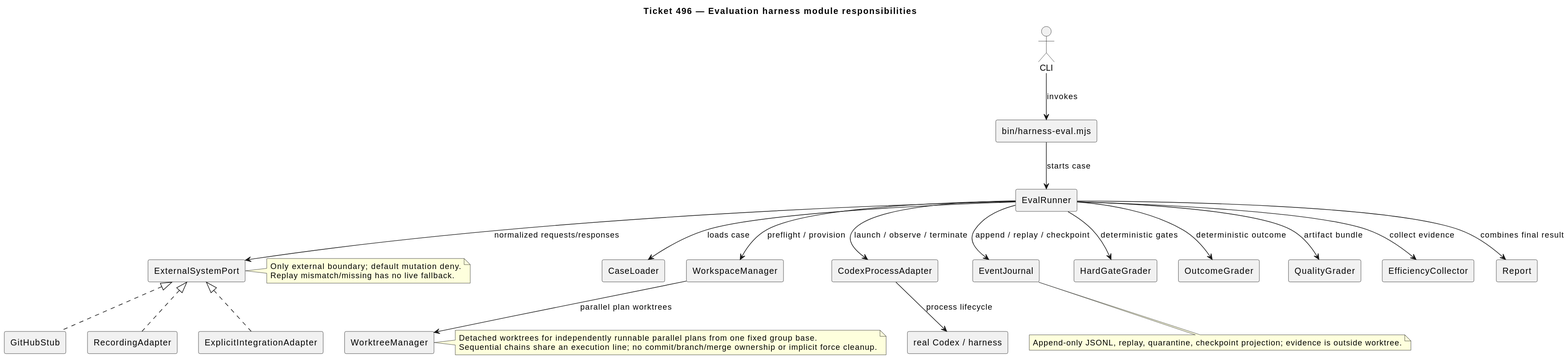
omegafrog/harness-codex keeps this PlantUML diagram as docs/specs/496/diagrams/architecture/eval.class.svg. Above is the earlier version. Its diagram source:
```plantuml
@startuml
title Ticket 496 — Evaluation harness module responsibilities
skinparam componentStyle rectangle
skinparam classAttributeIconSize 0
actor CLI
component "bin/harness-eval.mjs" as EvalCLI
component EvalRunner
component CaseLoader
component WorkspaceManager
component WorktreeManager
component CodexProcessAdapter
component ExternalSystemPort
component GitHubStub
component RecordingAdapter
component ExplicitIntegrationAdapter
component EventJournal
component HardGateGrader
component OutcomeGrader
component QualityGrader
component EfficiencyCollector
component Report
component "real Codex / harness" as RealHarness
CLI --> EvalCLI : invokes
EvalCLI --> EvalRunner : starts case
EvalRunner --> CaseLoader : loads case
EvalRunner --> WorkspaceManager : preflight / provision
WorkspaceManager --> WorktreeManager : parallel plan worktrees
EvalRunner --> CodexProcessAdapter : launch / observe / terminate
CodexProcessAdapter --> RealHarness : process lifecycle
EvalRunner --> ExternalSystemPort : normalized requests/responses
ExternalSystemPort <|.. GitHubStub
ExternalSystemPort <|.. RecordingAdapter
ExternalSystemPort <|.. ExplicitIntegrationAdapter
EvalRunner --> EventJournal : append / replay / checkpoint
EvalRunner --> HardGateGrader : deterministic gates
EvalRunner --> OutcomeGrader : deterministic outcome
EvalRunner --> QualityGrader : artifact bundle
EvalRunner --> EfficiencyCollector : collect evidence
EvalRunner --> Report : combines final result
note right of ExternalSystemPort
Only external boundary; default mutation deny.
Replay mismatch/missing has no live fallback.
end note
note right of WorktreeManager
Detached worktrees for independently runnable parallel plans from one fixed group base.
Sequential chains share an execution line; no commit/branch/merge ownership or implicit force cleanup.
end note
note bottom of EventJournal
Append-only JSONL, replay, quarantine, checkpoint projection; evidence is outside worktree.
end note
@enduml
```
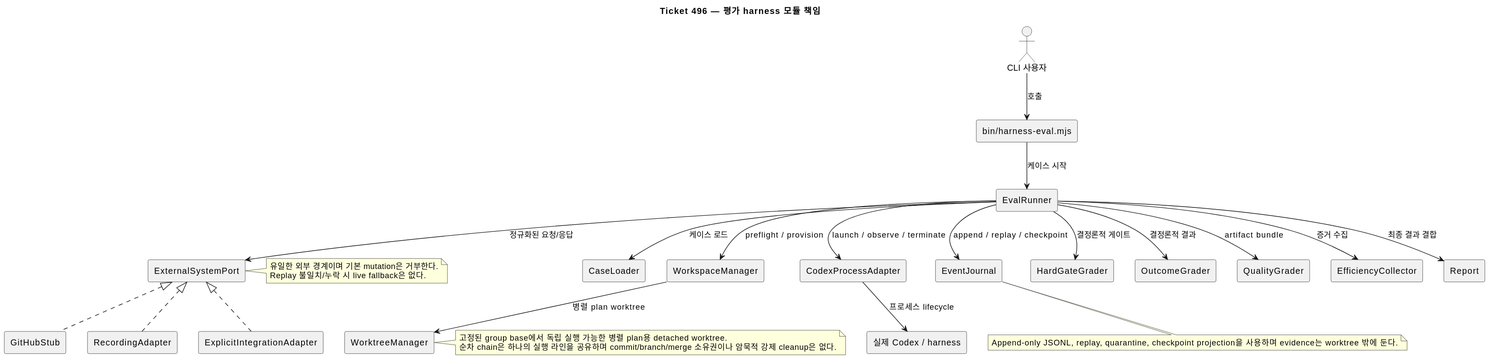
The same diagram one commit later.

What changed in the source:
```diff
@@ -1,8 +1,8 @@
 @startuml
-title Ticket 496 — Evaluation harness module responsibilities
+title Ticket 496 — 평가 harness 모듈 책임
 skinparam componentStyle rectangle
 skinparam classAttributeIconSize 0
-actor CLI
+actor "CLI 사용자" as CLI
 component "bin/harness-eval.mjs" as EvalCLI
 component EvalRunner
 component CaseLoader
@@ -19,33 +19,33 @@
 component QualityGrader
 component EfficiencyCollector
 component Report
-component "real Codex / harness" as RealHarness
-CLI --> EvalCLI : invokes
-EvalCLI --> EvalRunner : starts case
-EvalRunner --> CaseLoader : loads case
+component "실제 Codex / harness" as RealHarness
+CLI --> EvalCLI : 호출
+EvalCLI --> EvalRunner : 케이스 시작
+EvalRunner --> CaseLoader : 케이스 로드
 EvalRunner --> WorkspaceManager : preflight / provision
-WorkspaceManager --> WorktreeManager : parallel plan worktrees
+WorkspaceManager --> WorktreeManager : 병렬 plan worktree
 EvalRunner --> CodexProcessAdapter : launch / observe / terminate
-CodexProcessAdapter --> RealHarness : process lifecycle
-EvalRunner --> ExternalSystemPort : normalized requests/responses
+CodexProcessAdapter --> RealHarness : 프로세스 lifecycle
+EvalRunner --> ExternalSystemPort : 정규화된 요청/응답
 ExternalSystemPort <|.. GitHubStub
 ExternalSystemPort <|.. RecordingAdapter
 ExternalSystemPort <|.. ExplicitIntegrationAdapter
 EvalRunner --> EventJournal : append / replay / checkpoint
-EvalRunner --> HardGateGrader : deterministic gates
-EvalRunner --> OutcomeGrader : deterministic outcome
+EvalRunner --> HardGateGrader : 결정론적 게이트
+EvalRunner --> OutcomeGrader : 결정론적 결과
 EvalRunner --> QualityGrader : artifact bundle
-EvalRunner --> EfficiencyCollector : collect evidence
-EvalRunner --> Report : combines final result
+EvalRunner --> EfficiencyCollector : 증거 수집
+EvalRunner --> Report : 최종 결과 결합
 note right of ExternalSystemPort
-Only external boundary; default mutation deny.
-Replay mismatch/missing has no live fallback.
+유일한 외부 경계이며 기본 mutation은 거부한다.
+Replay 불일치/누락 시 live fallback은 없다.
 end note
 note right of WorktreeManager
-Detached worktrees for independently runnable parallel plans from one fixed group base.
-Sequential chains share an execution line; no commit/branch/merge ownership or implicit force cleanup.
+고정된 group base에서 독립 실행 가능한 병렬 plan용 detached worktree.
+순차 chain은 하나의 실행 라인을 공유하며 commit/branch/merge 소유권이나 암묵적 강제 cleanup은 없다.
 end note
 note bottom of EventJournal
-Append-only JSONL, replay, quarantine, checkpoint projection; evidence is outside worktree.
+Append-only JSONL, replay, quarantine, checkpoint projection을 사용하며 evidence는 worktree 밖에 둔다.
 end note
 @enduml
```
